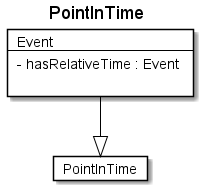
Before: fragments/diagrams/PointInTime.png, a diagram exported from PlantUML (rtigran/rdf2adoc). Its diagram source:
```plantuml
@startuml
Title PointInTime

Card PointInTime #fff [
PointInTime
]
Card Event #fff [
Event
----
- hasRelativeTime : Event

]
Event --|> PointInTime  #000
@enduml
```
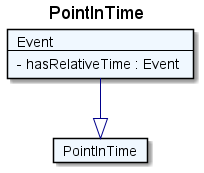
After the change.

Change to the diagram source:
```diff
@@ -1,14 +1,13 @@
 @startuml
 Title PointInTime
 
-Card PointInTime #fff [
+Card PointInTime #F0F8FF [
 PointInTime
 ]
-Card Event #fff [
+Card Event #F0F8FF [
 Event
 ----
 - hasRelativeTime : Event
-
 ]
-Event --|> PointInTime  #000
+Event --|> PointInTime  #00008B
 @enduml
```
